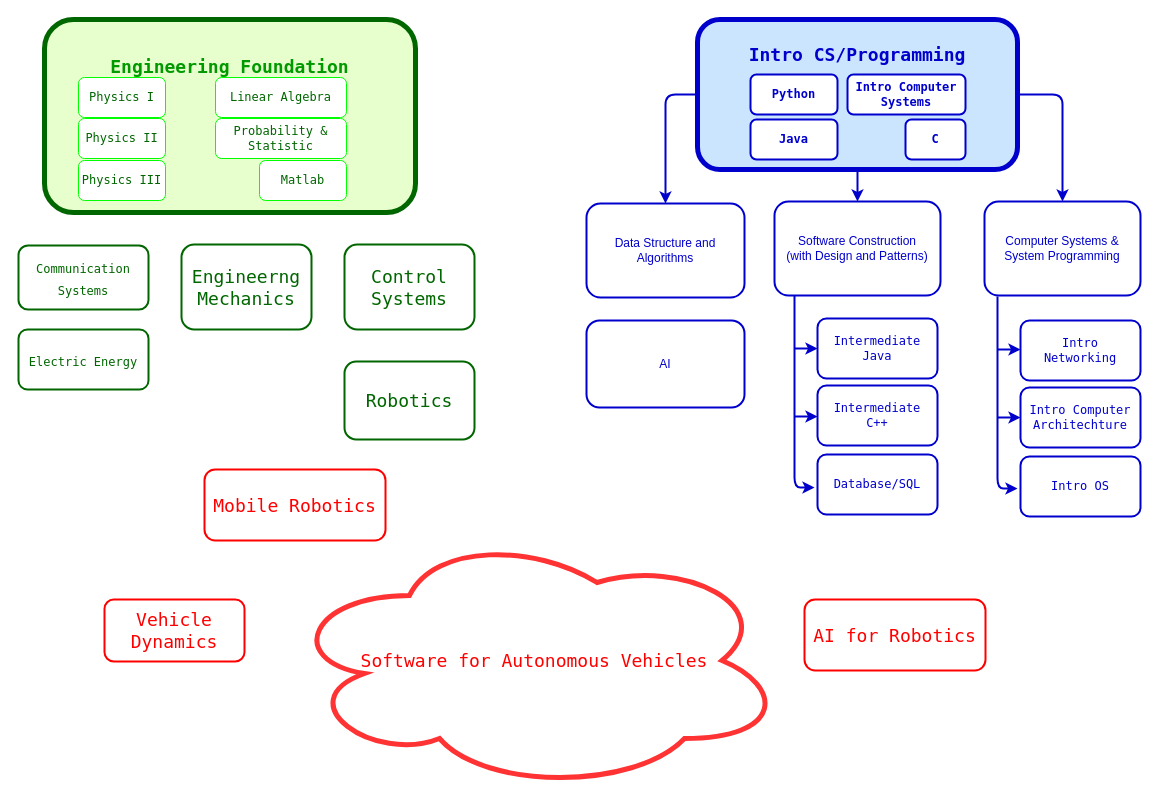
The draw.io diagram self-study.drawio in tqvnde/learning-notes, before the edit. Source tidied: cells renumbered, new cells numbered last; positions are measured from the earlier drawing's top-left corner, leaving out a move shared by most shapes. Both pictures are drawn from the tidied source at 100%, with x=0, y=0 at pixel (18, 19).
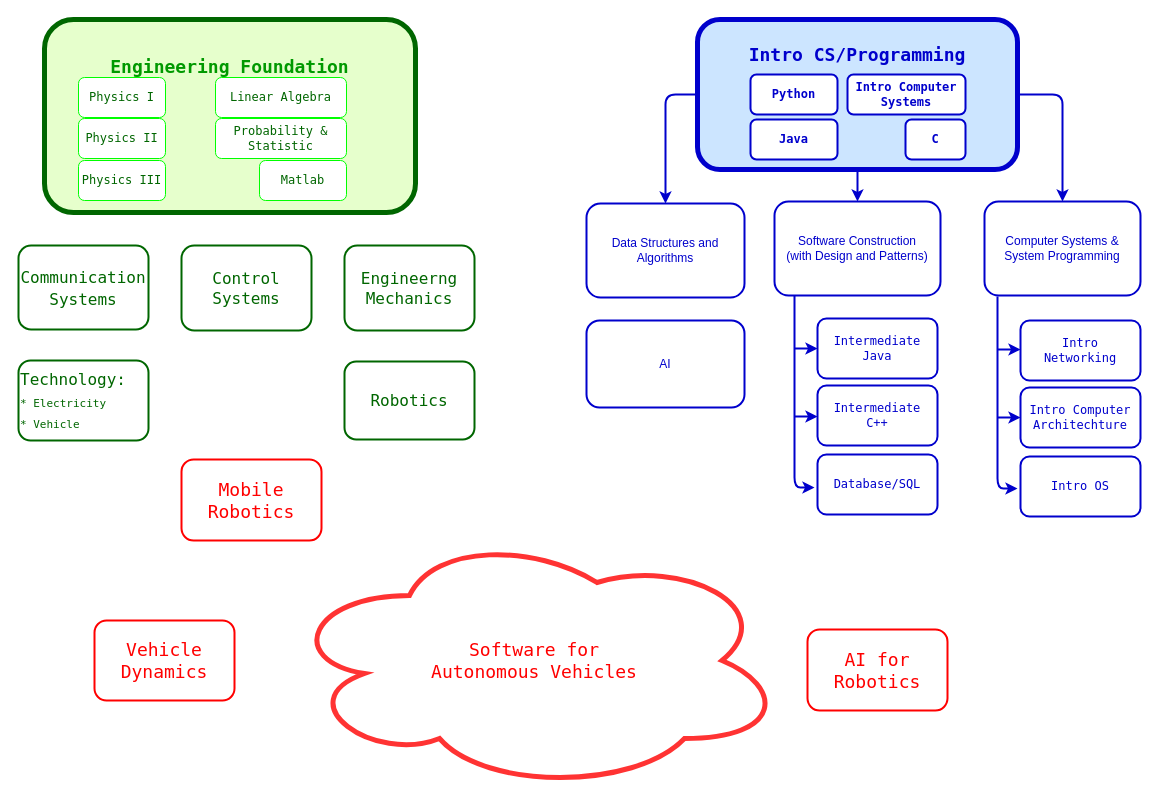
The same diagram, later.

Change to the diagram source:
```diff
@@
-    <mxCell id="8" value="Data Structure and Algorithms" style="rounded=1;whiteSpace=wrap;html=1;strokeColor=#0000CC;strokeWidth=2;fontColor=#0000CC;" parent="1" vertex="1">
+    <mxCell id="8" value="Data Structures and Algorithms" style="rounded=1;whiteSpace=wrap;html=1;strokeColor=#0000CC;strokeWidth=2;fontColor=#0000CC;" parent="1" vertex="1">
       <mxGeometry x="568" y="184" width="158" height="94" as="geometry" />
     </mxCell>
@@
-    <mxCell id="33" value="&lt;font color=&quot;#ff0000&quot;&gt;Software for Autonomous Vehicles&lt;/font&gt;" style="ellipse;shape=cloud;whiteSpace=wrap;html=1;fontFamily=Lucida Console;fontSize=18;fontColor=#006600;strokeColor=#FF3333;strokeWidth=5;fillColor=#FFFFFF;" parent="1" vertex="1">
+    <mxCell id="33" value="&lt;font color=&quot;#ff0000&quot;&gt;Software for &lt;br&gt;Autonomous Vehicles&lt;/font&gt;" style="ellipse;shape=cloud;whiteSpace=wrap;html=1;fontFamily=Lucida Console;fontSize=18;fontColor=#006600;strokeColor=#FF3333;strokeWidth=5;fillColor=#FFFFFF;" parent="1" vertex="1">
       <mxGeometry x="266" y="511" width="500" height="260" as="geometry" />
     </mxCell>
-    <mxCell id="34" value="Robotics" style="rounded=1;whiteSpace=wrap;html=1;fontFamily=Lucida Console;fontSize=18;fontColor=#006600;strokeColor=#006600;strokeWidth=2;fillColor=#FFFFFF;" parent="1" vertex="1">
+    <mxCell id="34" value="Robotics" style="rounded=1;whiteSpace=wrap;html=1;fontFamily=Lucida Console;fontSize=16;fontColor=#006600;strokeColor=#006600;strokeWidth=2;fillColor=#FFFFFF;" parent="1" vertex="1">
       <mxGeometry x="326" y="342" width="130" height="78" as="geometry" />
     </mxCell>
-    <mxCell id="35" value="Control Systems" style="rounded=1;whiteSpace=wrap;html=1;fontFamily=Lucida Console;fontSize=18;fontColor=#006600;strokeColor=#006600;strokeWidth=2;fillColor=#FFFFFF;" parent="1" vertex="1">
-      <mxGeometry x="326" y="225" width="130" height="85" as="geometry" />
+    <mxCell id="35" value="Control Systems" style="rounded=1;whiteSpace=wrap;html=1;fontFamily=Lucida Console;fontSize=16;fontColor=#006600;strokeColor=#006600;strokeWidth=2;fillColor=#FFFFFF;" parent="1" vertex="1">
+      <mxGeometry x="163" y="226" width="130" height="85" as="geometry" />
     </mxCell>
-    <mxCell id="36" value="Engineerng Mechanics" style="rounded=1;whiteSpace=wrap;html=1;fontFamily=Lucida Console;fontSize=18;fontColor=#006600;strokeColor=#006600;strokeWidth=2;fillColor=#FFFFFF;" parent="1" vertex="1">
-      <mxGeometry x="163" y="225" width="130" height="85" as="geometry" />
+    <mxCell id="36" value="&lt;font style=&quot;font-size: 16px;&quot;&gt;Engineerng Mechanics&lt;/font&gt;" style="rounded=1;whiteSpace=wrap;html=1;fontFamily=Lucida Console;fontSize=16;fontColor=#006600;strokeColor=#006600;strokeWidth=2;fillColor=#FFFFFF;" parent="1" vertex="1">
+      <mxGeometry x="326" y="226" width="130" height="85" as="geometry" />
     </mxCell>
     <mxCell id="37" value="&lt;font color=&quot;#ff0000&quot;&gt;Vehicle Dynamics&lt;/font&gt;" style="rounded=1;whiteSpace=wrap;html=1;fontFamily=Lucida Console;fontSize=18;fontColor=#006600;strokeColor=#FF0000;strokeWidth=2;fillColor=#FFFFFF;" parent="1" vertex="1">
-      <mxGeometry x="86" y="580" width="140" height="62" as="geometry" />
+      <mxGeometry x="76" y="601" width="140" height="80" as="geometry" />
     </mxCell>
-    <mxCell id="38" value="&lt;font style=&quot;font-size: 12px&quot;&gt;Communication Systems&lt;/font&gt;" style="rounded=1;whiteSpace=wrap;html=1;fontFamily=Lucida Console;fontSize=18;fontColor=#006600;strokeColor=#006600;strokeWidth=2;fillColor=#FFFFFF;" parent="1" vertex="1">
-      <mxGeometry y="226" width="130" height="64" as="geometry" />
+    <mxCell id="38" value="&lt;font style=&quot;font-size: 16px&quot;&gt;Communication Systems&lt;/font&gt;" style="rounded=1;whiteSpace=wrap;html=1;fontFamily=Lucida Console;fontSize=18;fontColor=#006600;strokeColor=#006600;strokeWidth=2;fillColor=#FFFFFF;" parent="1" vertex="1">
+      <mxGeometry y="226" width="130" height="84" as="geometry" />
     </mxCell>
-    <mxCell id="39" value="&lt;span style=&quot;font-size: 12px&quot;&gt;Electric Energy&lt;/span&gt;" style="rounded=1;whiteSpace=wrap;html=1;fontFamily=Lucida Console;fontSize=18;fontColor=#006600;strokeColor=#006600;strokeWidth=2;fillColor=#FFFFFF;" parent="1" vertex="1">
-      <mxGeometry y="310" width="130" height="60" as="geometry" />
+    <mxCell id="39" value="&lt;div&gt;&lt;font style=&quot;font-size: 16px&quot;&gt;Technology:&lt;/font&gt;&lt;/div&gt;&lt;div&gt;&lt;span style=&quot;font-size: 11px&quot;&gt;* Electricity&lt;/span&gt;&lt;br&gt;&lt;span style=&quot;font-size: 11px&quot;&gt;* Vehicle&lt;/span&gt;&lt;br&gt;&lt;/div&gt;" style="rounded=1;whiteSpace=wrap;html=1;fontFamily=Lucida Console;fontSize=18;fontColor=#006600;strokeColor=#006600;strokeWidth=2;fillColor=#FFFFFF;align=left;" parent="1" vertex="1">
+      <mxGeometry y="341" width="130" height="80" as="geometry" />
     </mxCell>
     <mxCell id="40" value="&lt;font color=&quot;#ff0000&quot;&gt;Mobile Robotics&lt;/font&gt;" style="rounded=1;whiteSpace=wrap;html=1;fontFamily=Lucida Console;fontSize=18;fontColor=#006600;strokeColor=#FF0000;strokeWidth=2;fillColor=#FFFFFF;" parent="1" vertex="1">
-      <mxGeometry x="186" y="450" width="181" height="71" as="geometry" />
+      <mxGeometry x="163" y="440" width="140" height="81" as="geometry" />
     </mxCell>
     <mxCell id="41" value="&lt;font color=&quot;#ff0000&quot;&gt;AI for Robotics&lt;/font&gt;" style="rounded=1;whiteSpace=wrap;html=1;fontFamily=Lucida Console;fontSize=18;fontColor=#006600;strokeColor=#FF0000;strokeWidth=2;fillColor=#FFFFFF;" parent="1" vertex="1">
-      <mxGeometry x="786" y="580" width="181" height="71" as="geometry" />
+      <mxGeometry x="789" y="610" width="140" height="81" as="geometry" />
     </mxCell>
```
